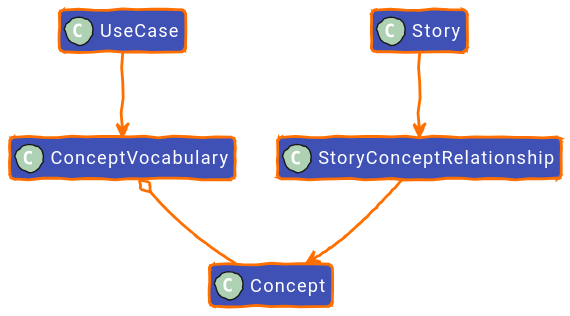
This is diagrams/out/uctm-concept-vocabulary_dark.svg from EKGF/ekg-method, a PlantUML export, as it was before one commit.
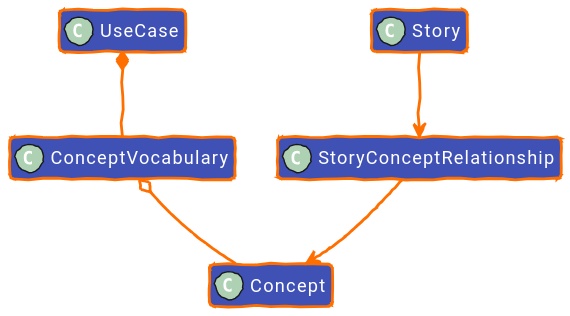
The same file after the commit.

Diff of the diagram source:
```diff
@@ -77,7 +77,7 @@
 
 ConceptVocabulary "1" o-- "0..*" Concept : skos:inScheme
 
-UseCase "0..*" --> "0..*" ConceptVocabulary : references/owns
+UseCase "1" *-- "0..*" ConceptVocabulary : :conceptVocabulary
 
 Story "0..*" --> "1" StoryConceptRelationship : :storyConcept
 StoryConceptRelationship --> Concept : :concept
```
